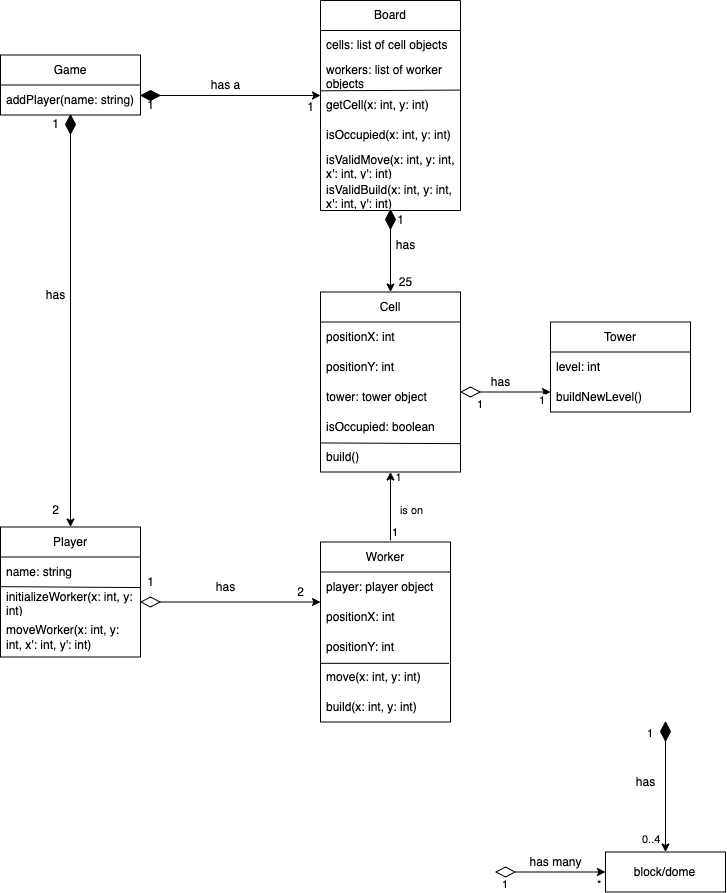
RozayC/test keeps this draw.io diagram as Object diagram.drawio.png. Above is the earlier version. Source tidied: cells renumbered, new cells last; positions are measured from the earlier drawing's top-left corner, leaving out a move shared by most shapes.
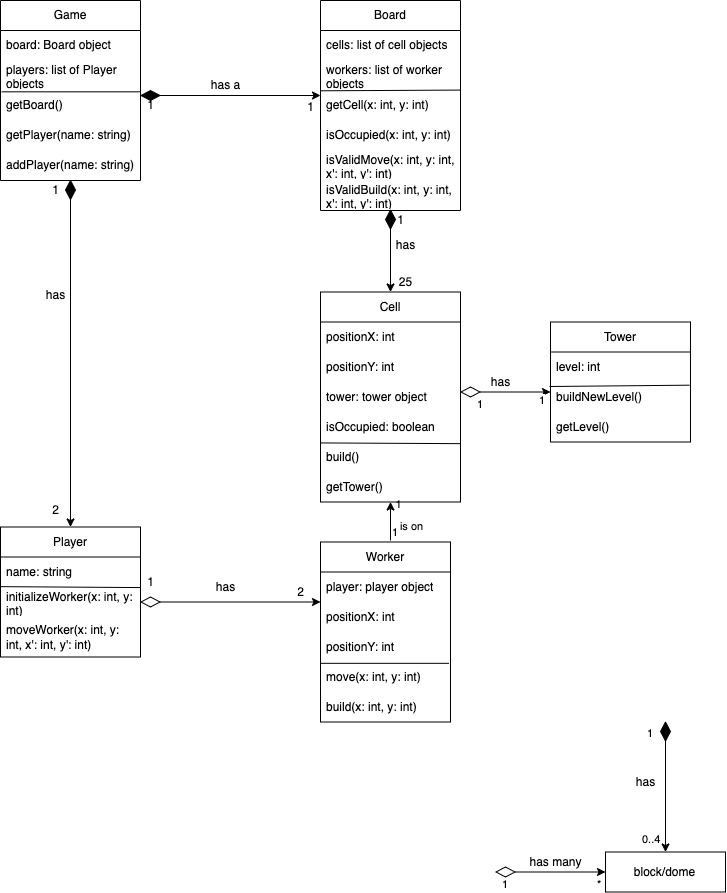
Later version of the same file.

Change to the diagram source:
```diff
@@ -21,7 +21,7 @@
       <mxGeometry x="35" y="279.5" width="40" height="30" as="geometry" />
     </mxCell>
     <mxCell id="7" value="1" style="text;html=1;align=center;verticalAlign=middle;fillColor=none;strokeColor=none;rounded=0;" parent="1" vertex="1">
-      <mxGeometry x="45" y="113.5" width="20" height="20" as="geometry" />
+      <mxGeometry x="45" y="180" width="20" height="20" as="geometry" />
     </mxCell>
     <mxCell id="8" value="2" style="text;html=1;align=center;verticalAlign=middle;fillColor=none;strokeColor=none;rounded=0;" parent="1" vertex="1">
       <mxGeometry x="45" y="500" width="20" height="20" as="geometry" />
@@ -83,7 +83,7 @@
       <mxGeometry relative="1" as="geometry" />
     </mxCell>
     <mxCell id="24" style="rhombus;whiteSpace=wrap;html=1;fillColor=#000000;" parent="1" vertex="1">
-      <mxGeometry x="65" y="114.5" width="10" height="19" as="geometry" />
+      <mxGeometry x="65" y="180" width="10" height="19" as="geometry" />
     </mxCell>
     <mxCell id="25" style="edgeStyle=orthogonalEdgeStyle;rounded=0;jettySize=auto;html=1;entryX=0;entryY=0.5;entryDx=0;entryDy=0;" parent="1" edge="1" source="26">
       <mxGeometry relative="1" as="geometry">
@@ -149,11 +149,26 @@
       <mxGeometry x="625" y="766.5" width="40" height="30" as="geometry" />
     </mxCell>
     <mxCell id="44" value="Game" style="swimlane;fontStyle=0;horizontal=1;startSize=30;whiteSpace=wrap;html=1;" parent="1" vertex="1">
-      <mxGeometry y="54.5" width="140" height="60" as="geometry" />
+      <mxGeometry width="140" height="180" as="geometry" />
     </mxCell>
+    <mxCell id="76" value="board: Board object" style="text;strokeColor=none;fillColor=none;align=left;verticalAlign=middle;spacingLeft=4;spacingRight=4;overflow=hidden;whiteSpace=wrap;html=1;" parent="44" vertex="1">
+      <mxGeometry y="30" width="140" height="30" as="geometry" />
+    </mxCell>
+    <mxCell id="77" value="players: list of Player objects" style="text;strokeColor=none;fillColor=none;align=left;verticalAlign=middle;spacingLeft=4;spacingRight=4;overflow=hidden;whiteSpace=wrap;html=1;" parent="44" vertex="1">
+      <mxGeometry y="60" width="140" height="30" as="geometry" />
+    </mxCell>
+    <mxCell id="78" value="getBoard()" style="text;strokeColor=none;fillColor=none;align=left;verticalAlign=middle;spacingLeft=4;spacingRight=4;overflow=hidden;points=[[0,0.5],[1,0.5]];portConstraint=eastwest;whiteSpace=wrap;html=1;" parent="44" vertex="1">
+      <mxGeometry y="90" width="140" height="30" as="geometry" />
+    </mxCell>
+    <mxCell id="79" value="getPlayer(name: string)" style="text;strokeColor=none;fillColor=none;align=left;verticalAlign=middle;spacingLeft=4;spacingRight=4;overflow=hidden;whiteSpace=wrap;html=1;" parent="44" vertex="1">
+      <mxGeometry y="120" width="140" height="30" as="geometry" />
+    </mxCell>
     <mxCell id="45" value="addPlayer(name: string)&lt;br&gt;" style="text;strokeColor=none;fillColor=none;align=left;verticalAlign=middle;spacingLeft=4;spacingRight=4;overflow=hidden;whiteSpace=wrap;html=1;" parent="44" vertex="1">
-      <mxGeometry y="30" width="140" height="30" as="geometry" />
+      <mxGeometry y="150" width="140" height="30" as="geometry" />
     </mxCell>
+    <mxCell id="80" style="endArrow=none;html=1;rounded=0;fontSize=12;exitX=0.009;exitY=0.044;exitDx=0;exitDy=0;exitPerimeter=0;entryX=0.996;entryY=0.044;entryDx=0;entryDy=0;entryPerimeter=0;" parent="44" edge="1" source="78" target="78">
+      <mxGeometry relative="1" as="geometry" />
+    </mxCell>
     <mxCell id="46" value="Player" style="swimlane;fontStyle=0;horizontal=1;startSize=30;whiteSpace=wrap;html=1;fontSize=12;" parent="1" vertex="1">
       <mxGeometry y="526.5" width="140" height="130" as="geometry" />
     </mxCell>
@@ -215,7 +230,7 @@
       <mxGeometry relative="1" as="geometry" />
     </mxCell>
     <mxCell id="66" value="Cell" style="swimlane;fontStyle=0;horizontal=1;startSize=30;whiteSpace=wrap;html=1;fontSize=12;" parent="1" vertex="1">
-      <mxGeometry x="320" y="291.5" width="140" height="180" as="geometry" />
+      <mxGeometry x="320" y="291.5" width="140" height="210" as="geometry" />
     </mxCell>
     <mxCell id="67" value="positionX: int" style="text;strokeColor=none;fillColor=none;align=left;verticalAlign=middle;spacingLeft=4;spacingRight=4;overflow=hidden;whiteSpace=wrap;html=1;fontSize=12;" parent="66" vertex="1">
       <mxGeometry y="30" width="140" height="30" as="geometry" />
@@ -232,11 +247,14 @@
     <mxCell id="71" value="build()" style="text;strokeColor=none;fillColor=none;align=left;verticalAlign=middle;spacingLeft=4;spacingRight=4;overflow=hidden;points=[[0,0.5],[1,0.5]];portConstraint=eastwest;whiteSpace=wrap;html=1;fontSize=12;" parent="66" vertex="1">
       <mxGeometry y="150" width="140" height="30" as="geometry" />
     </mxCell>
+    <mxCell id="81" value="getTower()" style="text;strokeColor=none;fillColor=none;align=left;verticalAlign=middle;spacingLeft=4;spacingRight=4;overflow=hidden;whiteSpace=wrap;html=1;fontSize=12;" parent="66" vertex="1">
+      <mxGeometry y="180" width="140" height="30" as="geometry" />
+    </mxCell>
     <mxCell id="72" style="endArrow=none;html=1;rounded=0;fontSize=12;exitX=0.002;exitY=0.031;exitDx=0;exitDy=0;exitPerimeter=0;entryX=1.002;entryY=0.055;entryDx=0;entryDy=0;entryPerimeter=0;" parent="66" edge="1" source="71" target="71">
       <mxGeometry relative="1" as="geometry" />
     </mxCell>
     <mxCell id="73" value="Tower" style="swimlane;fontStyle=0;horizontal=1;startSize=30;whiteSpace=wrap;html=1;fontSize=12;" parent="1" vertex="1">
-      <mxGeometry x="550" y="321.5" width="140" height="90" as="geometry" />
+      <mxGeometry x="550" y="321.5" width="140" height="120" as="geometry" />
     </mxCell>
     <mxCell id="74" value="level: int" style="text;strokeColor=none;fillColor=none;align=left;verticalAlign=middle;spacingLeft=4;spacingRight=4;overflow=hidden;points=[[0,0.5],[1,0.5]];portConstraint=eastwest;whiteSpace=wrap;html=1;fontSize=12;" parent="73" vertex="1">
       <mxGeometry y="30" width="140" height="30" as="geometry" />
@@ -244,5 +262,11 @@
     <mxCell id="75" value="buildNewLevel()" style="text;strokeColor=none;fillColor=none;align=left;verticalAlign=middle;spacingLeft=4;spacingRight=4;overflow=hidden;points=[[0,0.5],[1,0.5]];portConstraint=eastwest;whiteSpace=wrap;html=1;fontSize=12;" parent="73" vertex="1">
       <mxGeometry y="60" width="140" height="30" as="geometry" />
     </mxCell>
+    <mxCell id="82" value="getLevel()" style="text;strokeColor=none;fillColor=none;align=left;verticalAlign=middle;spacingLeft=4;spacingRight=4;overflow=hidden;whiteSpace=wrap;html=1;fontSize=12;" parent="73" vertex="1">
+      <mxGeometry y="90" width="140" height="30" as="geometry" />
+    </mxCell>
+    <mxCell id="83" style="endArrow=none;html=1;rounded=0;fontSize=12;entryX=0.993;entryY=1.106;entryDx=0;entryDy=0;entryPerimeter=0;exitX=-0.007;exitY=0.15;exitDx=0;exitDy=0;exitPerimeter=0;" parent="73" edge="1" source="75" target="74">
+      <mxGeometry relative="1" as="geometry" />
+    </mxCell>
   </root>
 </mxGraphModel>
```
